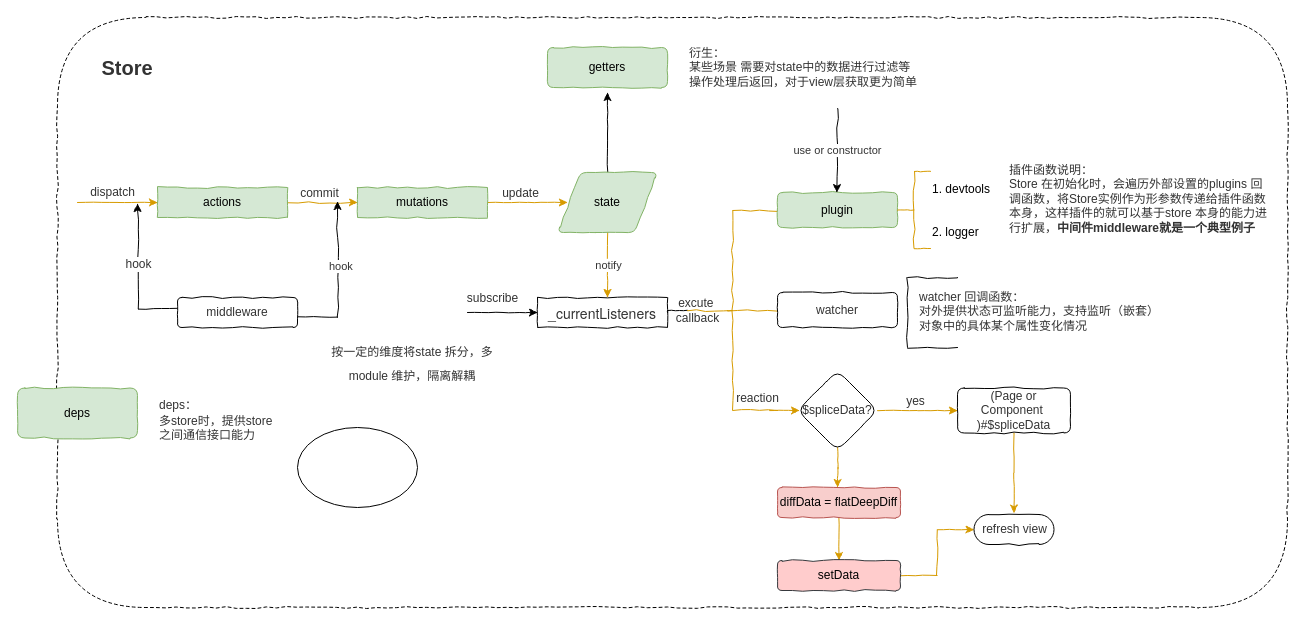
The draw.io diagram lux.drawio in wuhaiyang/work, before the edit. Source tidied: cells renumbered, new cells numbered last; positions are measured from the earlier drawing's top-left corner, leaving out a move shared by most shapes. Both pictures are drawn from the tidied source at 100%, with x=0, y=0 at pixel (17, 17).
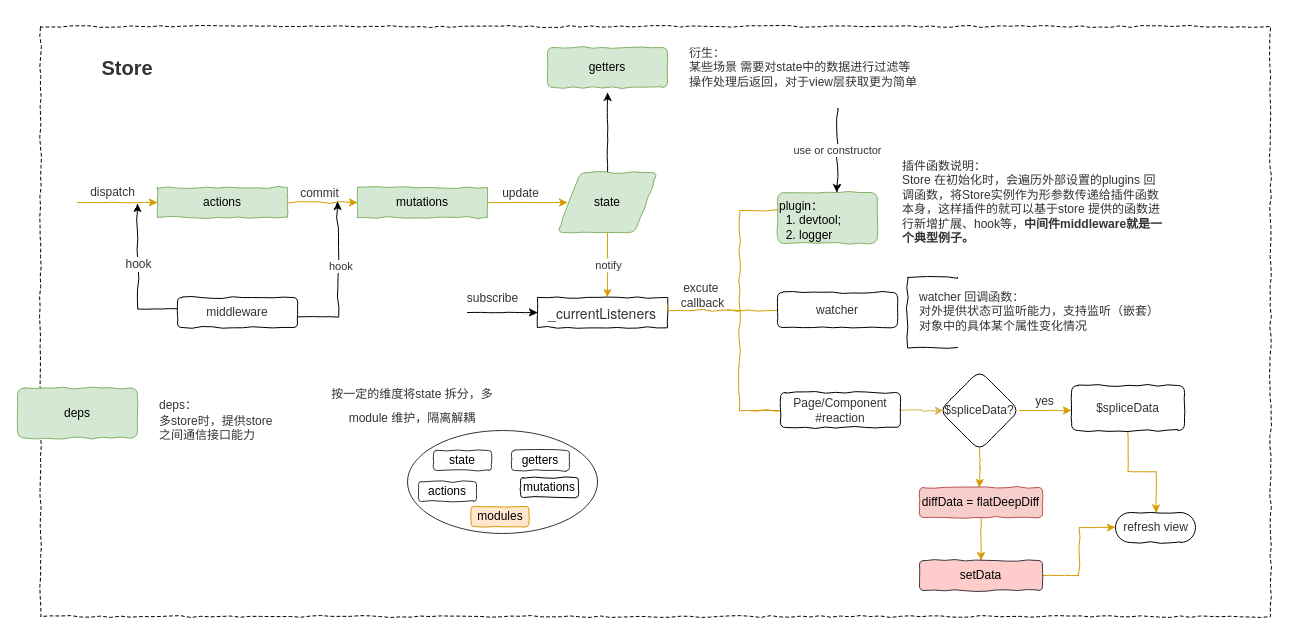
The same diagram, later.

The change refers to these unchanged cells:
```xml
<mxCell id="16" value="&lt;p class=&quot;p1&quot; style=&quot;margin: 0px; font-stretch: normal; font-size: 14px; line-height: normal; font-family: &amp;quot;helvetica neue&amp;quot;;&quot;&gt;_currentListeners&lt;/p&gt;" style="rounded=0;whiteSpace=wrap;html=1;shadow=0;comic=1;gradientColor=#ffffff;fontColor=#333333;" parent="1" vertex="1">
  <mxGeometry x="520" y="280" width="130" height="30" as="geometry" />
</mxCell>
```

Diff of the diagram source:
```diff
@@
-    <mxCell id="2" style="rounded=1;whiteSpace=wrap;html=1;shadow=0;comic=1;strokeWidth=1;gradientColor=#ffffff;fontColor=#333333;align=center;dashed=1;" parent="1" vertex="1">
-      <mxGeometry x="40" width="1230" height="590" as="geometry" />
+    <mxCell id="2" style="rounded=0;whiteSpace=wrap;html=1;shadow=0;comic=1;strokeWidth=1;gradientColor=#ffffff;fontColor=#333333;align=center;dashed=1;" parent="1" vertex="1">
+      <mxGeometry x="23" y="9" width="1230" height="590" as="geometry" />
     </mxCell>
@@
-    <mxCell id="17" style="edgeStyle=orthogonalEdgeStyle;rounded=0;jettySize=auto;html=1;startArrow=none;startFill=0;endArrow=none;endFill=0;fontColor=#333333;comic=1;" parent="1" edge="1" source="18" target="16">
+    <mxCell id="17" style="edgeStyle=orthogonalEdgeStyle;rounded=0;comic=1;jettySize=auto;html=1;exitX=0;exitY=0.5;exitDx=0;exitDy=0;exitPerimeter=0;entryX=1;entryY=0.25;entryDx=0;entryDy=0;endArrow=none;endFill=0;strokeColor=#d79b00;fillColor=#ffe6cc;" parent="1" edge="1" source="18" target="16">
       <mxGeometry relative="1" as="geometry" />
     </mxCell>
     <mxCell id="18" style="strokeWidth=1;html=1;shape=mxgraph.flowchart.annotation_2;align=left;labelPosition=right;rounded=1;shadow=0;comic=1;fillColor=#ffe6cc;strokeColor=#d79b00;" parent="1" vertex="1">
-      <mxGeometry x="670" y="193" width="90" height="200" as="geometry" />
+      <mxGeometry x="677" y="193" width="90" height="200" as="geometry" />
     </mxCell>
     <mxCell id="19" value="excute&amp;nbsp;&lt;br&gt;callback" style="text;html=1;align=center;verticalAlign=middle;fontColor=#333333;" parent="1" vertex="1">
-      <mxGeometry x="650" y="278" width="60" height="30" as="geometry" />
+      <mxGeometry x="655" y="263" width="60" height="30" as="geometry" />
     </mxCell>
@@
-    <mxCell id="21" value="reaction" style="text;html=1;align=center;verticalAlign=middle;fontColor=#333333;" parent="1" vertex="1">
-      <mxGeometry x="710" y="370.5" width="60" height="20" as="geometry" />
-    </mxCell>
     <mxCell id="22" style="edgeStyle=orthogonalEdgeStyle;rounded=0;jettySize=auto;html=1;startArrow=none;startFill=0;endArrow=classic;endFill=1;fontColor=#333333;comic=1;fillColor=#ffe6cc;strokeColor=#d79b00;" parent="1" edge="1" source="25">
       <mxGeometry relative="1" as="geometry">
-        <mxPoint x="940" y="393" as="targetPoint" />
+        <mxPoint x="1054" y="393" as="targetPoint" />
       </mxGeometry>
     </mxCell>
@@
     <mxCell id="24" style="edgeStyle=orthogonalEdgeStyle;rounded=0;orthogonalLoop=1;jettySize=auto;html=1;startArrow=none;startFill=0;endArrow=classic;endFill=1;fontColor=#333333;comic=1;fillColor=#ffe6cc;strokeColor=#d79b00;" parent="1" edge="1">
       <mxGeometry relative="1" as="geometry">
-        <mxPoint x="820" y="430" as="sourcePoint" />
-        <mxPoint x="820" y="470" as="targetPoint" />
+        <mxPoint x="962" y="430" as="sourcePoint" />
+        <mxPoint x="962" y="470" as="targetPoint" />
       </mxGeometry>
     </mxCell>
     <mxCell id="25" value="$spliceData?" style="rhombus;whiteSpace=wrap;html=1;rounded=1;shadow=0;comic=1;strokeWidth=1;gradientColor=#ffffff;fontColor=#333333;" parent="1" vertex="1">
-      <mxGeometry x="780" y="353" width="80" height="80" as="geometry" />
+      <mxGeometry x="922" y="353" width="80" height="80" as="geometry" />
     </mxCell>
     <mxCell id="26" style="edgeStyle=orthogonalEdgeStyle;rounded=0;jettySize=auto;html=1;startArrow=none;startFill=0;endArrow=classic;endFill=1;fontColor=#333333;comic=1;fillColor=#ffe6cc;strokeColor=#d79b00;" parent="1" edge="1" source="27">
       <mxGeometry relative="1" as="geometry">
-        <mxPoint x="996.5" y="495.5" as="targetPoint" />
+        <mxPoint x="1138.5" y="495.5" as="targetPoint" />
       </mxGeometry>
     </mxCell>
-    <mxCell id="27" value="(Page or Component&amp;nbsp;&lt;br&gt;)#$spliceData" style="rounded=1;whiteSpace=wrap;html=1;shadow=0;comic=1;strokeWidth=1;gradientColor=#ffffff;fontColor=#333333;" parent="1" vertex="1">
-      <mxGeometry x="940" y="370.5" width="113" height="45" as="geometry" />
+    <mxCell id="27" value="$spliceData" style="rounded=1;whiteSpace=wrap;html=1;shadow=0;comic=1;strokeWidth=1;gradientColor=#ffffff;fontColor=#333333;" parent="1" vertex="1">
+      <mxGeometry x="1054" y="368" width="113" height="45" as="geometry" />
     </mxCell>
@@
     <mxCell id="29" value="diffData = flatDeepDiff" style="rounded=1;whiteSpace=wrap;html=1;shadow=0;comic=1;strokeWidth=1;fillColor=#f8cecc;strokeColor=#b85450;" parent="1" vertex="1">
-      <mxGeometry x="760" y="470" width="123" height="30" as="geometry" />
+      <mxGeometry x="902" y="470" width="123" height="30" as="geometry" />
     </mxCell>
@@
     <mxCell id="31" value="setData" style="rounded=1;whiteSpace=wrap;html=1;shadow=0;comic=1;strokeWidth=1;fillColor=#ffcccc;strokeColor=#36393d;" parent="1" vertex="1">
-      <mxGeometry x="760" y="543" width="123" height="30" as="geometry" />
+      <mxGeometry x="902" y="543" width="123" height="30" as="geometry" />
     </mxCell>
     <mxCell id="32" value="refresh view" style="html=1;dashed=0;whitespace=wrap;shape=mxgraph.dfd.start;rounded=1;shadow=0;comic=1;strokeWidth=1;gradientColor=#ffffff;fontColor=#333333;" parent="1" vertex="1">
-      <mxGeometry x="956.5" y="497" width="80" height="30" as="geometry" />
+      <mxGeometry x="1098" y="495" width="80" height="30" as="geometry" />
     </mxCell>
-    <mxCell id="33" style="endArrow=classic;html=1;fontColor=#333333;comic=1;fillColor=#ffe6cc;strokeColor=#d79b00;" parent="1" edge="1">
+    <mxCell id="33" style="endArrow=none;html=1;fontColor=#333333;comic=1;fillColor=#ffe6cc;strokeColor=#d79b00;endFill=0;" parent="1" edge="1">
       <mxGeometry relative="1" as="geometry">
-        <mxPoint x="752" y="393" as="sourcePoint" />
-        <mxPoint x="782" y="393" as="targetPoint" />
+        <mxPoint x="733" y="393" as="sourcePoint" />
+        <mxPoint x="763" y="393" as="targetPoint" />
       </mxGeometry>
     </mxCell>
-    <mxCell id="34" value="plugin" style="rounded=1;whiteSpace=wrap;html=1;shadow=0;comic=1;strokeWidth=1;fillColor=#d5e8d4;strokeColor=#82b366;" parent="1" vertex="1">
-      <mxGeometry x="760" y="175" width="120" height="35" as="geometry" />
+    <mxCell id="34" value="plugin：&lt;br&gt;&amp;nbsp; 1. devtool;&lt;br&gt;&amp;nbsp; 2. logger" style="rounded=1;whiteSpace=wrap;html=1;shadow=0;comic=1;strokeWidth=1;fillColor=#d5e8d4;strokeColor=#82b366;align=left;verticalAlign=top;" parent="1" vertex="1">
+      <mxGeometry x="760" y="175" width="100" height="51" as="geometry" />
     </mxCell>
-    <mxCell id="35" value="插件函数说明：&lt;br&gt;Store 在初始化时，会遍历外部设置的plugins 回调函数，将Store实例作为形参数传递给插件函数本身，这样插件的就可以基于store 本身的能力进行扩展，&lt;b&gt;中间件middleware就是一个典型例子&lt;/b&gt;" style="text;html=1;strokeColor=none;fillColor=none;align=left;verticalAlign=top;whiteSpace=wrap;rounded=0;shadow=0;comic=1;fontColor=#333333;" parent="1" vertex="1">
-      <mxGeometry x="990" y="138.8" width="267" height="107.5" as="geometry" />
+    <mxCell id="35" value="插件函数说明：&lt;br&gt;Store 在初始化时，会遍历外部设置的plugins 回调函数，将Store实例作为形参数传递给插件函数本身，这样插件的就可以基于store 提供的函数进行新增扩展、hook等，&lt;b&gt;中间件middleware就是一个典型例子。&lt;br&gt;&lt;br&gt;&lt;/b&gt;" style="text;html=1;strokeColor=none;fillColor=none;align=left;verticalAlign=top;whiteSpace=wrap;rounded=0;shadow=0;comic=1;fontColor=#333333;" parent="1" vertex="1">
+      <mxGeometry x="883" y="135" width="267" height="107.5" as="geometry" />
     </mxCell>
@@
-    <mxCell id="44" value="1. devtools&lt;br&gt;&lt;br&gt;&lt;br&gt;2. logger" style="strokeWidth=1;html=1;shape=mxgraph.flowchart.annotation_2;align=left;labelPosition=right;rounded=1;shadow=0;comic=1;fillColor=#ffe6cc;strokeColor=#d79b00;" parent="1" vertex="1">
-      <mxGeometry x="880" y="154" width="33" height="77" as="geometry" />
-    </mxCell>
@@
     <mxCell id="50" value="&lt;span style=&quot;font-size: 12px&quot;&gt;按一定的维度将state 拆分，多module 维护，隔离解耦&lt;/span&gt;" style="text;html=1;strokeColor=none;fillColor=none;align=center;verticalAlign=middle;whiteSpace=wrap;rounded=0;shadow=0;dashed=1;comic=1;fontSize=20;fontColor=#333333;" parent="1" vertex="1">
-      <mxGeometry x="300" y="333" width="190" height="20" as="geometry" />
+      <mxGeometry x="300" y="375" width="190" height="20" as="geometry" />
     </mxCell>
-    <mxCell id="51" style="ellipse;whiteSpace=wrap;html=1;rounded=1;shadow=0;" parent="1" vertex="1">
-      <mxGeometry x="280" y="410" width="120" height="80" as="geometry" />
+    <mxCell id="51" style="ellipse;whiteSpace=wrap;html=1;rounded=1;shadow=0;strokeColor=#333333;" parent="1" vertex="1">
+      <mxGeometry x="390" y="413" width="190" height="103" as="geometry" />
     </mxCell>
+    <mxCell id="52" style="edgeStyle=orthogonalEdgeStyle;rounded=0;jettySize=auto;html=1;comic=1;strokeColor=#d6b656;fillColor=#fff2cc;" parent="1" edge="1" source="53">
+      <mxGeometry relative="1" as="geometry">
+        <mxPoint x="926" y="393" as="targetPoint" />
+      </mxGeometry>
+    </mxCell>
+    <mxCell id="53" value="Page/Component&lt;br&gt;#reaction" style="rounded=1;whiteSpace=wrap;html=1;shadow=0;comic=1;strokeWidth=1;gradientColor=#ffffff;fontColor=#333333;" parent="1" vertex="1">
+      <mxGeometry x="763" y="375" width="120" height="35" as="geometry" />
+    </mxCell>
+    <mxCell id="54" value="state" style="rounded=1;whiteSpace=wrap;html=1;shadow=0;strokeColor=#333333;align=center;comic=1;" parent="1" vertex="1">
+      <mxGeometry x="416" y="433" width="58" height="20" as="geometry" />
+    </mxCell>
+    <mxCell id="55" value="getters" style="rounded=1;whiteSpace=wrap;html=1;shadow=0;strokeColor=#333333;align=center;comic=1;" parent="1" vertex="1">
+      <mxGeometry x="494" y="433" width="58" height="20" as="geometry" />
+    </mxCell>
+    <mxCell id="56" value="actions" style="rounded=1;whiteSpace=wrap;html=1;shadow=0;strokeColor=#333333;align=center;comic=1;" parent="1" vertex="1">
+      <mxGeometry x="401" y="464" width="58" height="20" as="geometry" />
+    </mxCell>
+    <mxCell id="57" value="mutations" style="rounded=1;whiteSpace=wrap;html=1;shadow=0;align=center;comic=1;" parent="1" vertex="1">
+      <mxGeometry x="503" y="460" width="58" height="20" as="geometry" />
+    </mxCell>
+    <mxCell id="58" value="modules" style="rounded=1;whiteSpace=wrap;html=1;shadow=0;strokeColor=#d79b00;align=center;comic=1;fillColor=#ffe6cc;" parent="1" vertex="1">
+      <mxGeometry x="453.5" y="489" width="58" height="20" as="geometry" />
+    </mxCell>
```
